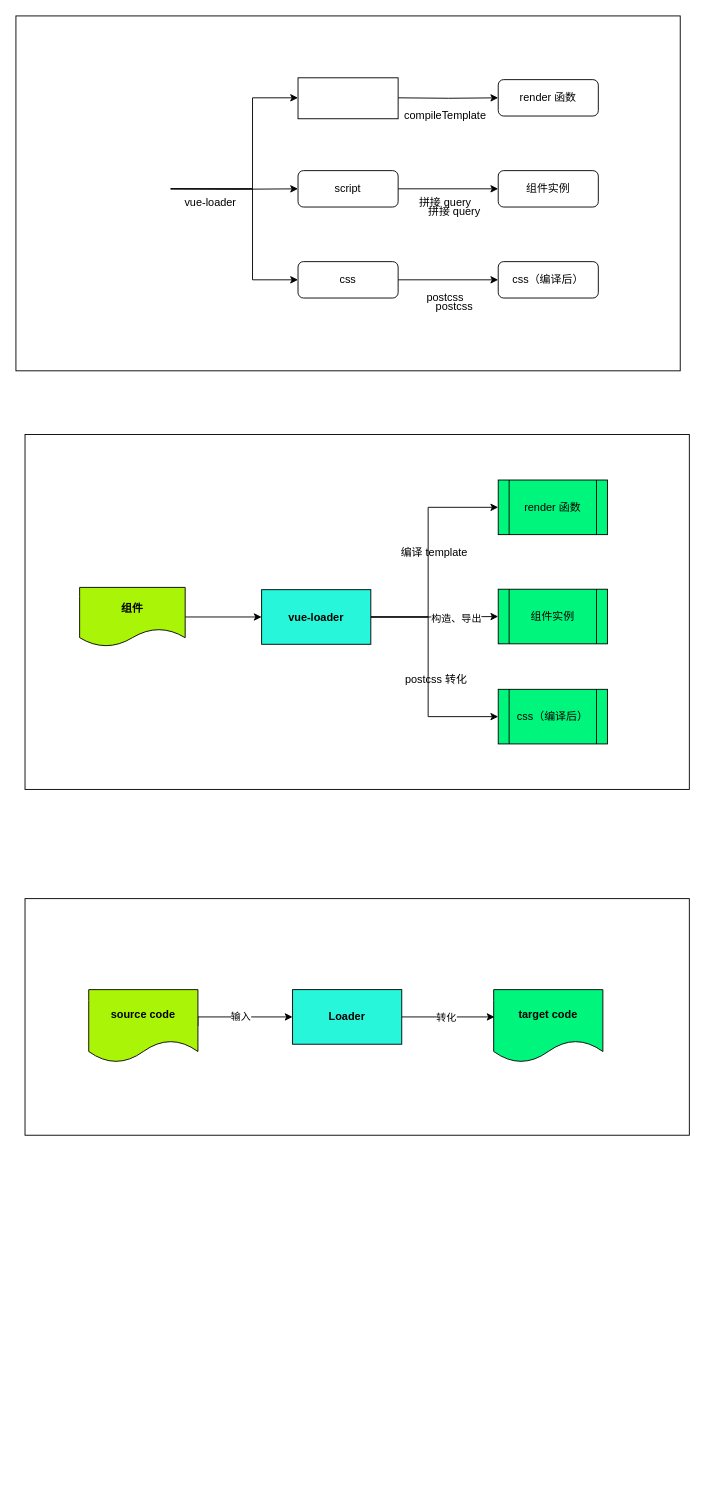
This is Untitled scoped css.drawio from WJCHumble/graph-asserts, a draw.io file, before an edit. Source tidied: cells renumbered, new cells numbered last; positions are measured from the earlier drawing's top-left corner, leaving out a move shared by most shapes. Both pictures are drawn from the tidied source at 91%, with x=0, y=0 at pixel (15, 15).
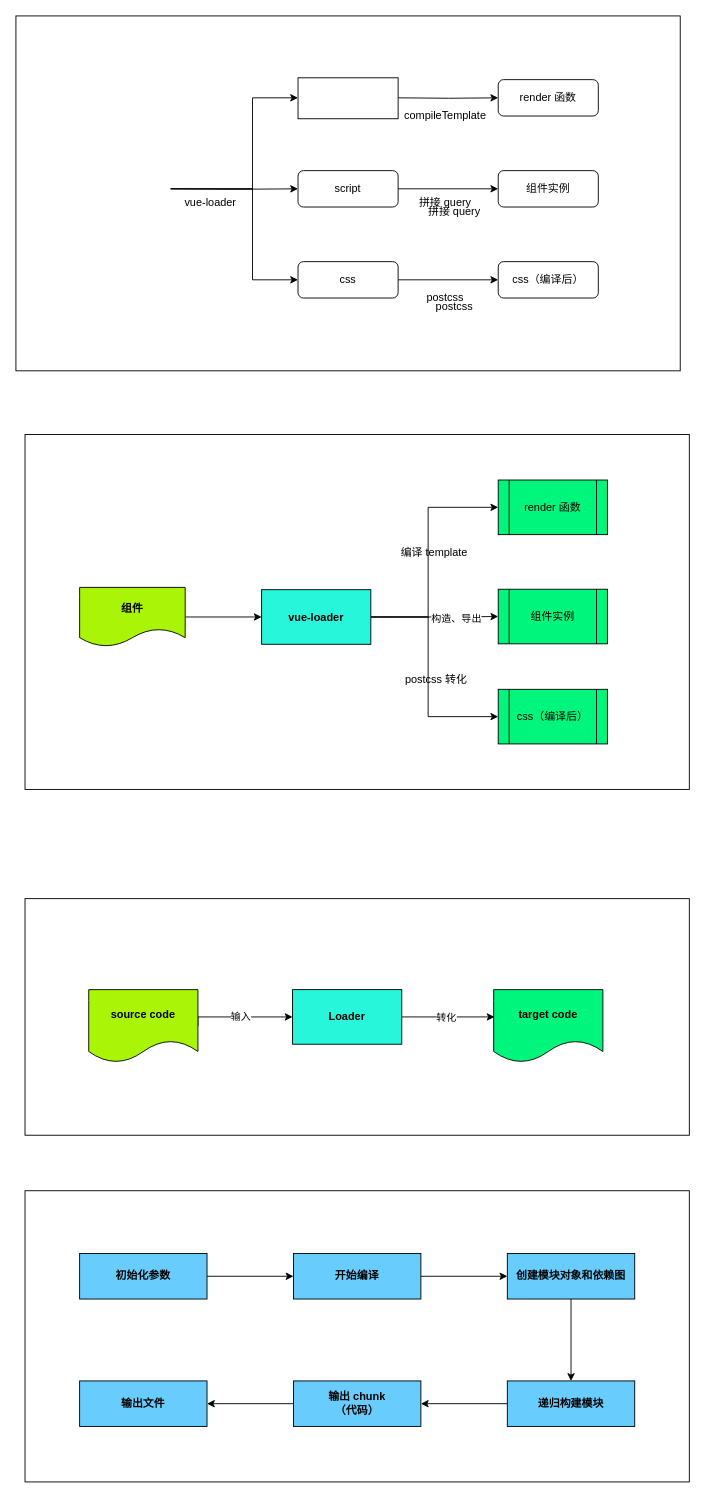
The same page after the edit.

Change to the diagram source:
```diff
@@
+    <mxCell id="42" style="rounded=0;whiteSpace=wrap;html=1;" parent="1" vertex="1">
+      <mxGeometry x="10" y="1291" width="730" height="320" as="geometry" />
+    </mxCell>
+    <mxCell id="43" style="edgeStyle=orthogonalEdgeStyle;rounded=0;jettySize=auto;html=1;exitX=0.5;exitY=1;exitDx=0;exitDy=0;" parent="1" edge="1" source="44" target="46">
+      <mxGeometry relative="1" as="geometry" />
+    </mxCell>
+    <mxCell id="44" value="&lt;b&gt;创建模块对象和依赖图&lt;/b&gt;" style="rounded=0;whiteSpace=wrap;html=1;fillColor=#68CCFD;" parent="1" vertex="1">
+      <mxGeometry x="540" y="1360" width="140" height="50" as="geometry" />
+    </mxCell>
+    <mxCell id="45" style="edgeStyle=orthogonalEdgeStyle;rounded=0;jettySize=auto;html=1;exitX=0;exitY=0.5;exitDx=0;exitDy=0;entryX=1;entryY=0.5;entryDx=0;entryDy=0;" parent="1" edge="1" source="46" target="53">
+      <mxGeometry relative="1" as="geometry" />
+    </mxCell>
+    <mxCell id="46" value="&lt;b&gt;递归构建模块&lt;/b&gt;" style="rounded=0;whiteSpace=wrap;html=1;fillColor=#68CCFD;" parent="1" vertex="1">
+      <mxGeometry x="540" y="1500" width="140" height="50" as="geometry" />
+    </mxCell>
+    <mxCell id="47" style="edgeStyle=orthogonalEdgeStyle;rounded=0;jettySize=auto;html=1;exitX=1;exitY=0.5;exitDx=0;exitDy=0;" parent="1" edge="1" source="48" target="44">
+      <mxGeometry relative="1" as="geometry" />
+    </mxCell>
+    <mxCell id="48" value="&lt;b&gt;开始编译&lt;/b&gt;" style="rounded=0;whiteSpace=wrap;html=1;fillColor=#68CCFD;" parent="1" vertex="1">
+      <mxGeometry x="305" y="1360" width="140" height="50" as="geometry" />
+    </mxCell>
+    <mxCell id="49" style="edgeStyle=orthogonalEdgeStyle;rounded=0;jettySize=auto;html=1;exitX=1;exitY=0.5;exitDx=0;exitDy=0;entryX=0;entryY=0.5;entryDx=0;entryDy=0;" parent="1" edge="1" source="50" target="48">
+      <mxGeometry relative="1" as="geometry" />
+    </mxCell>
+    <mxCell id="50" value="&lt;b&gt;初始化参数&lt;/b&gt;" style="rounded=0;whiteSpace=wrap;html=1;fillColor=#68CCFD;" parent="1" vertex="1">
+      <mxGeometry x="70" y="1360" width="140" height="50" as="geometry" />
+    </mxCell>
+    <mxCell id="51" value="&lt;b&gt;输出文件&lt;/b&gt;" style="rounded=0;whiteSpace=wrap;html=1;fillColor=#68CCFD;" parent="1" vertex="1">
+      <mxGeometry x="70" y="1500" width="140" height="50" as="geometry" />
+    </mxCell>
+    <mxCell id="52" style="edgeStyle=orthogonalEdgeStyle;rounded=0;jettySize=auto;html=1;exitX=0;exitY=0.5;exitDx=0;exitDy=0;entryX=1;entryY=0.5;entryDx=0;entryDy=0;" parent="1" edge="1" source="53" target="51">
+      <mxGeometry relative="1" as="geometry" />
+    </mxCell>
+    <mxCell id="53" value="&lt;b&gt;输出 chunk&lt;br&gt;（代码）&lt;/b&gt;" style="rounded=0;whiteSpace=wrap;html=1;fillColor=#68CCFD;" parent="1" vertex="1">
+      <mxGeometry x="305" y="1500" width="140" height="50" as="geometry" />
+    </mxCell>
```
